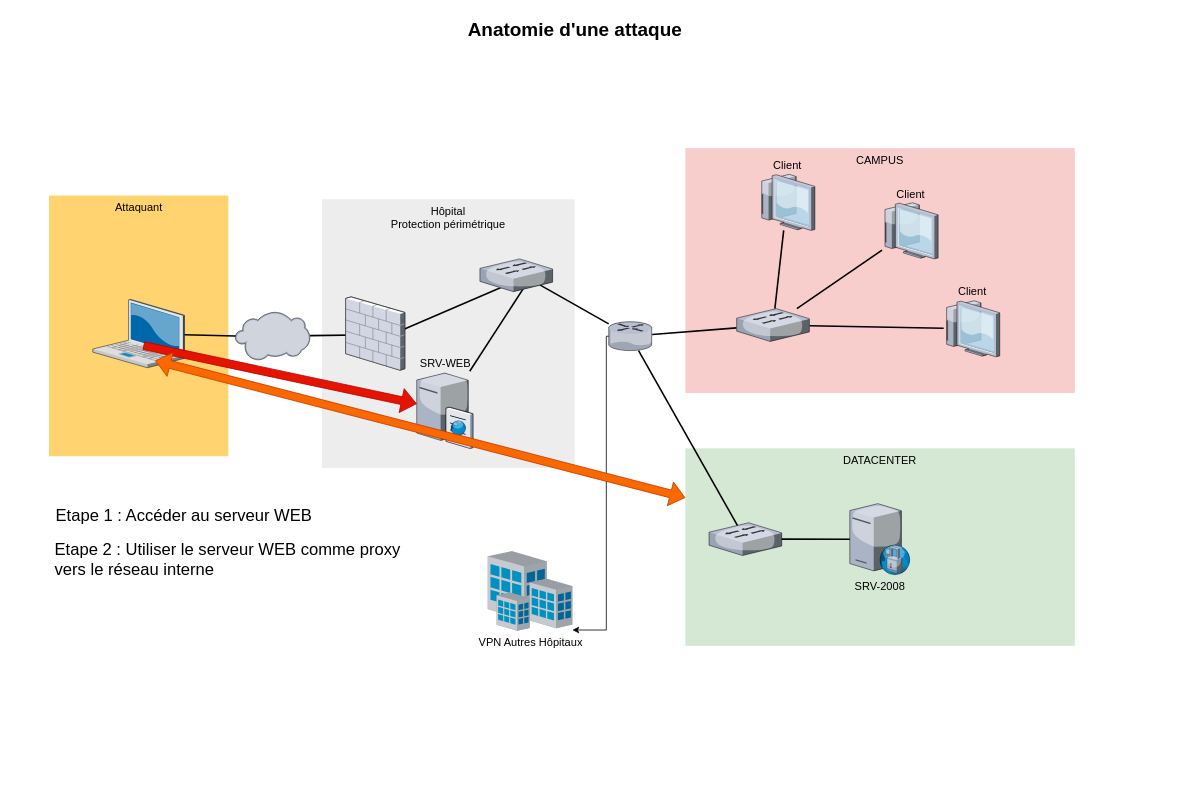
Above: anatomie-attack-etape2.drawio in ebsd/drawio (draw.io), before the change. Source tidied: cells renumbered, new cells numbered last; positions are measured from the earlier drawing's top-left corner, leaving out a move shared by most shapes. Both pictures are drawn from the tidied source at 79%, with x=0, y=0 at pixel (48, 13).
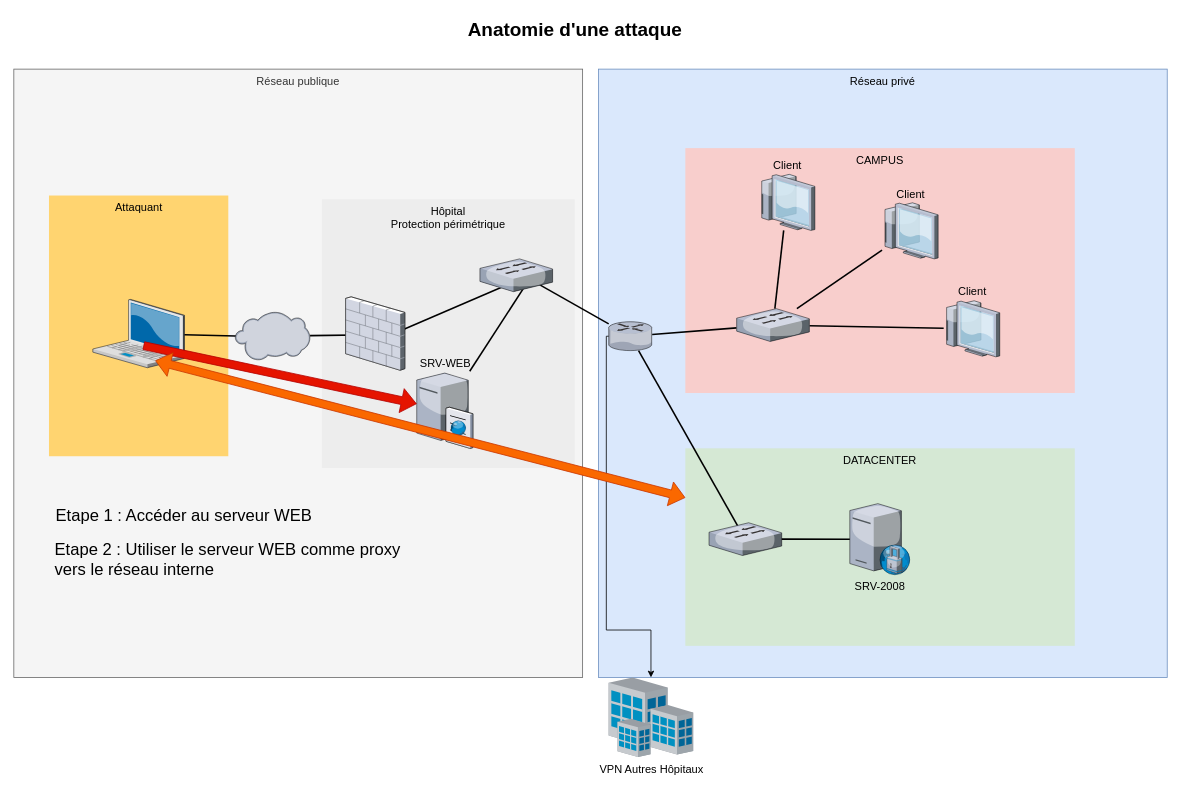
The same diagram, later.

The edit, as a diff of the source:
```diff
@@
+    <mxCell id="36" value="Réseau privé" style="whiteSpace=wrap;html=1;fillColor=#dae8fc;fontSize=14;strokeColor=#6c8ebf;verticalAlign=top;" parent="1" vertex="1">
+      <mxGeometry x="696" y="70" width="720" height="770" as="geometry" />
+    </mxCell>
+    <mxCell id="37" value="Réseau publique" style="whiteSpace=wrap;html=1;fillColor=#f5f5f5;fontSize=14;strokeColor=#666666;verticalAlign=top;fontColor=#333333;" parent="1" vertex="1">
+      <mxGeometry x="-44" y="70" width="720" height="770" as="geometry" />
+    </mxCell>
@@
     <mxCell id="22" value="VPN Autres Hôpitaux" style="verticalLabelPosition=bottom;html=1;verticalAlign=top;strokeColor=none;shape=mxgraph.citrix.site;fillColor=#66B2FF;gradientColor=#0066CC;fontSize=14;" parent="1" vertex="1">
-      <mxGeometry x="556" y="680" width="107" height="101" as="geometry" />
+      <mxGeometry x="709" y="840" width="107" height="101" as="geometry" />
     </mxCell>
```
